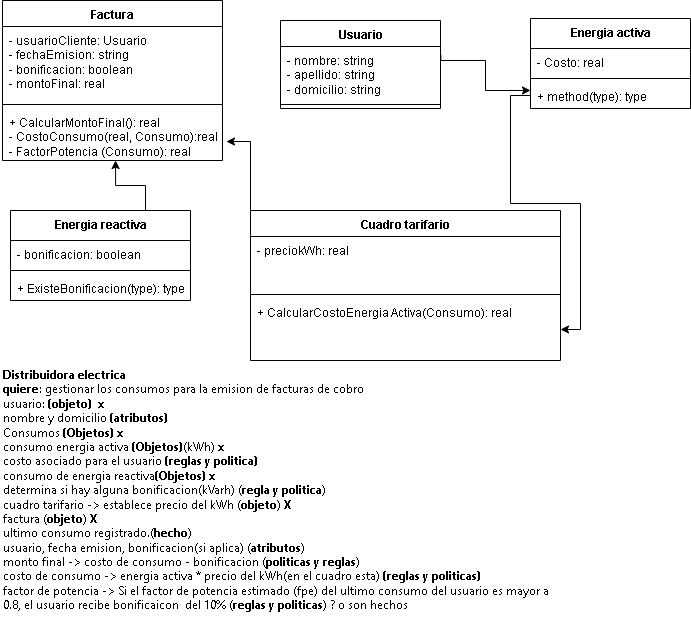
Earlier version of the draw.io export Ejercicio6-Distribuidora-Electrica/Ejercicio6-Distribuidora-Electrica.drawio.png (Fefo7/Orientacion-a-Objetos-1). Source tidied: cells renumbered, new cells last; positions are measured from the earlier drawing's top-left corner, leaving out a move shared by most shapes. The source it was exported from:
```xml
<mxGraphModel>
  <root>
    <mxCell id="0" />
    <mxCell id="1" parent="0" />
    <mxCell id="2" value="Usuario" style="swimlane;fontStyle=1;align=center;verticalAlign=top;horizontal=1;startSize=26;whiteSpace=wrap;html=1;" parent="1" vertex="1">
      <mxGeometry x="280" y="20" width="160" height="88" as="geometry" />
    </mxCell>
    <mxCell id="3" value="- nombre: string&lt;div&gt;- apellido: string&lt;/div&gt;&lt;div&gt;- domicilio: string&lt;/div&gt;" style="text;strokeColor=none;fillColor=none;align=left;verticalAlign=top;spacingLeft=4;spacingRight=4;overflow=hidden;points=[[0,0.5],[1,0.5]];portConstraint=eastwest;whiteSpace=wrap;html=1;" parent="2" vertex="1">
      <mxGeometry y="26" width="160" height="54" as="geometry" />
    </mxCell>
    <mxCell id="4" style="line;strokeWidth=1;fillColor=none;align=left;verticalAlign=middle;spacingTop=-1;spacingLeft=3;spacingRight=3;labelPosition=right;strokeColor=inherit;" parent="2" vertex="1">
      <mxGeometry y="80" width="160" height="8" as="geometry" />
    </mxCell>
    <mxCell id="5" value="&lt;div class=&quot;textBoxCore textArea ghostText&quot; style=&quot;color: rgb(0, 0, 0); font-family: Aptos, &amp;quot;Segoe UI&amp;quot;, &amp;quot;Helvetica Neue&amp;quot;, sans-serif;&quot;&gt;&lt;div style=&quot;&quot; class=&quot;DraftEditor-root&quot;&gt;&lt;div style=&quot;&quot; class=&quot;DraftEditor-editorContainer&quot;&gt;&lt;div aria-describedby=&quot;Canvas.Entity.PlainText.A11yText-T-F-F-F&quot; aria-label=&quot;Texto. Seleccionado.&quot; aria-multiline=&quot;true&quot; class=&quot;public-DraftEditor-content&quot; spellcheck=&quot;false&quot; style=&quot;outline: none; user-select: text; white-space: pre-wrap; overflow-wrap: break-word;&quot;&gt;&lt;div style=&quot;&quot;&gt;&lt;div style=&quot;font-weight: 400;&quot; class=&quot;&quot;&gt;&lt;div class=&quot;public-DraftStyleDefault-block public-DraftStyleDefault-ltr&quot;&gt;&lt;span style=&quot;font-weight: 700;&quot;&gt;&lt;span&gt;Distribuidora electrica&lt;/span&gt;&lt;/span&gt;&lt;/div&gt;&lt;/div&gt;&lt;div style=&quot;font-weight: 400;&quot; class=&quot;&quot;&gt;&lt;div class=&quot;public-DraftStyleDefault-block public-DraftStyleDefault-ltr&quot;&gt;&lt;span style=&quot;font-weight: 700;&quot;&gt;&lt;span&gt;quiere&lt;/span&gt;&lt;/span&gt;&lt;span&gt;&lt;span&gt;: gestionar los consumos para la emision de facturas de cobro&lt;/span&gt;&lt;/span&gt;&lt;/div&gt;&lt;/div&gt;&lt;div style=&quot;font-weight: 400;&quot; class=&quot;&quot;&gt;&lt;div class=&quot;public-DraftStyleDefault-block public-DraftStyleDefault-ltr&quot;&gt;&lt;span&gt;&lt;span&gt;usuario: &lt;/span&gt;&lt;/span&gt;&lt;span style=&quot;font-weight: 700;&quot;&gt;&lt;span&gt;(objeto)  x&lt;/span&gt;&lt;/span&gt;&lt;/div&gt;&lt;/div&gt;&lt;div style=&quot;font-weight: 400;&quot; class=&quot;&quot;&gt;&lt;div class=&quot;public-DraftStyleDefault-block public-DraftStyleDefault-ltr&quot;&gt;&lt;span&gt;&lt;span&gt;nombre y domicilio &lt;/span&gt;&lt;/span&gt;&lt;span style=&quot;font-weight: 700;&quot;&gt;&lt;span&gt;(atributos)&lt;/span&gt;&lt;/span&gt;&lt;/div&gt;&lt;/div&gt;&lt;div style=&quot;font-weight: 400;&quot; class=&quot;&quot;&gt;&lt;div class=&quot;public-DraftStyleDefault-block public-DraftStyleDefault-ltr&quot;&gt;&lt;span&gt;&lt;span&gt;Consumos &lt;/span&gt;&lt;/span&gt;&lt;span style=&quot;font-weight: 700;&quot;&gt;&lt;span&gt;(Objetos) x&lt;/span&gt;&lt;/span&gt;&lt;/div&gt;&lt;/div&gt;&lt;div style=&quot;&quot; class=&quot;&quot;&gt;&lt;div style=&quot;&quot; class=&quot;public-DraftStyleDefault-block public-DraftStyleDefault-ltr&quot;&gt;&lt;span style=&quot;font-weight: 400;&quot;&gt;&lt;span&gt;consumo energia activa &lt;/span&gt;&lt;/span&gt;&lt;span style=&quot;font-weight: 700; background-color: transparent;&quot;&gt;(Objetos)&lt;/span&gt;&lt;span style=&quot;background-color: transparent;&quot;&gt;(kWh) &lt;b&gt;x&lt;/b&gt;&lt;/span&gt;&lt;/div&gt;&lt;/div&gt;&lt;div style=&quot;font-weight: 400;&quot; class=&quot;&quot;&gt;&lt;div class=&quot;public-DraftStyleDefault-block public-DraftStyleDefault-ltr&quot;&gt;&lt;span&gt;&lt;span&gt;costo asociado para el usuario &lt;/span&gt;&lt;/span&gt;&lt;span style=&quot;font-weight: 700;&quot;&gt;&lt;span&gt;(reglas y politica)&lt;/span&gt;&lt;/span&gt;&lt;/div&gt;&lt;/div&gt;&lt;div style=&quot;font-weight: 400;&quot; class=&quot;&quot;&gt;&lt;div class=&quot;public-DraftStyleDefault-block public-DraftStyleDefault-ltr&quot;&gt;&lt;span&gt;&lt;span&gt;consumo de energia reactiva&lt;/span&gt;&lt;/span&gt;&lt;span style=&quot;font-weight: 700; background-color: transparent;&quot;&gt;(Objetos) x&lt;/span&gt;&lt;/div&gt;&lt;/div&gt;&lt;div style=&quot;font-weight: 400;&quot; class=&quot;&quot;&gt;&lt;div class=&quot;public-DraftStyleDefault-block public-DraftStyleDefault-ltr&quot;&gt;&lt;span&gt;&lt;span&gt;determina si hay alguna bonificacion(kVarh) (&lt;/span&gt;&lt;/span&gt;&lt;span style=&quot;font-weight: 700;&quot;&gt;&lt;span&gt;regla y politica&lt;/span&gt;&lt;/span&gt;&lt;span&gt;&lt;span&gt;)&lt;/span&gt;&lt;/span&gt;&lt;/div&gt;&lt;/div&gt;&lt;div style=&quot;&quot; class=&quot;&quot;&gt;&lt;div style=&quot;&quot; class=&quot;public-DraftStyleDefault-block public-DraftStyleDefault-ltr&quot;&gt;&lt;span style=&quot;font-weight: 400;&quot;&gt;&lt;span&gt;cuadro tarifario -&amp;gt; establece precio del kWh (&lt;/span&gt;&lt;/span&gt;&lt;span style=&quot;font-weight: 700;&quot;&gt;&lt;span&gt;objeto&lt;/span&gt;&lt;/span&gt;&lt;span style=&quot;&quot;&gt;&lt;span style=&quot;&quot;&gt;) &lt;b&gt;X&lt;/b&gt;&lt;/span&gt;&lt;/span&gt;&lt;/div&gt;&lt;/div&gt;&lt;div style=&quot;&quot; class=&quot;&quot;&gt;&lt;div style=&quot;&quot; class=&quot;public-DraftStyleDefault-block public-DraftStyleDefault-ltr&quot;&gt;&lt;span style=&quot;font-weight: 400;&quot;&gt;&lt;span&gt;factura (&lt;/span&gt;&lt;/span&gt;&lt;span style=&quot;font-weight: 700;&quot;&gt;&lt;span&gt;objeto&lt;/span&gt;&lt;/span&gt;&lt;span style=&quot;&quot;&gt;&lt;span style=&quot;&quot;&gt;) &lt;b&gt;X&lt;/b&gt;&lt;/span&gt;&lt;/span&gt;&lt;/div&gt;&lt;/div&gt;&lt;div style=&quot;font-weight: 400;&quot; class=&quot;&quot;&gt;&lt;div class=&quot;public-DraftStyleDefault-block public-DraftStyleDefault-ltr&quot;&gt;&lt;span&gt;&lt;span&gt;ultimo consumo registrado.(&lt;/span&gt;&lt;/span&gt;&lt;span style=&quot;font-weight: 700;&quot;&gt;&lt;span&gt;hecho&lt;/span&gt;&lt;/span&gt;&lt;span&gt;&lt;span&gt;)&lt;/span&gt;&lt;/span&gt;&lt;/div&gt;&lt;/div&gt;&lt;div style=&quot;font-weight: 400;&quot; class=&quot;&quot;&gt;&lt;div class=&quot;public-DraftStyleDefault-block public-DraftStyleDefault-ltr&quot;&gt;&lt;span&gt;&lt;span&gt;usuario, fecha emision, bonificacion(si aplica) (&lt;/span&gt;&lt;/span&gt;&lt;span style=&quot;font-weight: 700;&quot;&gt;&lt;span&gt;atributos&lt;/span&gt;&lt;/span&gt;&lt;span&gt;&lt;span&gt;)&lt;/span&gt;&lt;/span&gt;&lt;/div&gt;&lt;/div&gt;&lt;div style=&quot;font-weight: 400;&quot; class=&quot;&quot;&gt;&lt;div class=&quot;public-DraftStyleDefault-block public-DraftStyleDefault-ltr&quot;&gt;&lt;span&gt;&lt;span&gt;monto final -&amp;gt; costo de consumo - bonificacion (&lt;/span&gt;&lt;/span&gt;&lt;span style=&quot;font-weight: 700;&quot;&gt;&lt;span&gt;politicas y reglas&lt;/span&gt;&lt;/span&gt;&lt;span&gt;&lt;span&gt;)&lt;/span&gt;&lt;/span&gt;&lt;/div&gt;&lt;/div&gt;&lt;div style=&quot;font-weight: 400;&quot; class=&quot;&quot;&gt;&lt;div class=&quot;public-DraftStyleDefault-block public-DraftStyleDefault-ltr&quot;&gt;&lt;span&gt;&lt;span&gt;costo de consumo -&amp;gt; energia activa * precio del kWh(en el cuadro esta) &lt;/span&gt;&lt;/span&gt;&lt;span style=&quot;font-weight: 700;&quot;&gt;&lt;span&gt;(reglas y politicas)&lt;/span&gt;&lt;/span&gt;&lt;/div&gt;&lt;/div&gt;&lt;div style=&quot;font-weight: 400;&quot; class=&quot;&quot;&gt;&lt;div class=&quot;public-DraftStyleDefault-block public-DraftStyleDefault-ltr&quot;&gt;&lt;span&gt;&lt;span&gt;factor de potencia -&amp;gt; Si el factor de potencia estimado (fpe) del ultimo consumo del usuario es mayor a 0.8, el usuario recibe bonificaicon  del 10% (&lt;/span&gt;&lt;/span&gt;&lt;span style=&quot;font-weight: 700;&quot;&gt;&lt;span&gt;reglas y politicas&lt;/span&gt;&lt;/span&gt;&lt;span&gt;&lt;span&gt;) ? o son hechos&lt;/span&gt;&lt;/span&gt;&lt;/div&gt;&lt;/div&gt;&lt;div style=&quot;font-weight: 400;&quot; class=&quot;&quot;&gt;&lt;div class=&quot;public-DraftStyleDefault-block public-DraftStyleDefault-ltr&quot;&gt;&lt;span&gt;&lt;br&gt;&lt;/span&gt;&lt;/div&gt;&lt;/div&gt;&lt;/div&gt;&lt;/div&gt;&lt;/div&gt;&lt;/div&gt;&lt;/div&gt;" style="text;whiteSpace=wrap;html=1;" parent="1" vertex="1">
      <mxGeometry y="360" width="560" height="280" as="geometry" />
    </mxCell>
    <mxCell id="6" value="Factura" style="swimlane;fontStyle=1;align=center;verticalAlign=top;horizontal=1;startSize=26;whiteSpace=wrap;html=1;" parent="1" vertex="1">
      <mxGeometry x="2" width="220" height="160" as="geometry" />
    </mxCell>
    <mxCell id="7" value="- usuarioCliente: Usuario&lt;div&gt;- fechaEmision: string&lt;/div&gt;&lt;div&gt;- bonificacion: boolean&lt;br&gt;- montoFinal: real&lt;/div&gt;" style="text;strokeColor=none;fillColor=none;align=left;verticalAlign=top;spacingLeft=4;spacingRight=4;overflow=hidden;whiteSpace=wrap;html=1;" parent="6" vertex="1">
      <mxGeometry y="26" width="220" height="74" as="geometry" />
    </mxCell>
    <mxCell id="8" style="line;strokeWidth=1;fillColor=none;align=left;verticalAlign=middle;spacingTop=-1;spacingLeft=3;spacingRight=3;labelPosition=right;strokeColor=inherit;" parent="6" vertex="1">
      <mxGeometry y="100" width="220" height="8" as="geometry" />
    </mxCell>
    <mxCell id="9" value="+ CalcularMontoFinal(): real&lt;br&gt;- CostoConsumo(real, Consumo):real&lt;div&gt;- FactorPotencia (Consumo): real&lt;/div&gt;" style="text;strokeColor=none;fillColor=none;align=left;verticalAlign=top;spacingLeft=4;spacingRight=4;overflow=hidden;points=[[0,0.5],[1,0.5]];portConstraint=eastwest;whiteSpace=wrap;html=1;" parent="6" vertex="1">
      <mxGeometry y="108" width="220" height="52" as="geometry" />
    </mxCell>
    <mxCell id="10" value="Cuadro tarifario" style="swimlane;fontStyle=1;align=center;verticalAlign=top;horizontal=1;startSize=26;whiteSpace=wrap;html=1;" parent="1" vertex="1">
      <mxGeometry x="250" y="210" width="310" height="150" as="geometry" />
    </mxCell>
    <mxCell id="11" value="- preciokWh: real" style="text;strokeColor=none;fillColor=none;align=left;verticalAlign=top;spacingLeft=4;spacingRight=4;overflow=hidden;points=[[0,0.5],[1,0.5]];portConstraint=eastwest;whiteSpace=wrap;html=1;" parent="10" vertex="1">
      <mxGeometry y="26" width="310" height="54" as="geometry" />
    </mxCell>
    <mxCell id="12" style="line;strokeWidth=1;fillColor=none;align=left;verticalAlign=middle;spacingTop=-1;spacingLeft=3;spacingRight=3;labelPosition=right;strokeColor=inherit;" parent="10" vertex="1">
      <mxGeometry y="80" width="310" height="8" as="geometry" />
    </mxCell>
    <mxCell id="13" value="+ CalcularCostoEnergia Activa(Consumo): real" style="text;strokeColor=none;fillColor=none;align=left;verticalAlign=top;spacingLeft=4;spacingRight=4;overflow=hidden;points=[[0,0.5],[1,0.5]];portConstraint=eastwest;whiteSpace=wrap;html=1;" parent="10" vertex="1">
      <mxGeometry y="88" width="310" height="62" as="geometry" />
    </mxCell>
    <mxCell id="14" value="Energia reactiva" style="swimlane;fontStyle=1;align=center;verticalAlign=top;horizontal=1;startSize=30;whiteSpace=wrap;html=1;" parent="1" vertex="1">
      <mxGeometry x="10" y="210" width="180" height="90" as="geometry" />
    </mxCell>
    <mxCell id="15" value="- bonificacion: boolean" style="text;strokeColor=none;fillColor=none;align=left;verticalAlign=top;spacingLeft=4;spacingRight=4;overflow=hidden;whiteSpace=wrap;html=1;" parent="14" vertex="1">
      <mxGeometry y="30" width="180" height="26" as="geometry" />
    </mxCell>
    <mxCell id="16" style="line;strokeWidth=1;fillColor=none;align=left;verticalAlign=middle;spacingTop=-1;spacingLeft=3;spacingRight=3;labelPosition=right;strokeColor=inherit;" parent="14" vertex="1">
      <mxGeometry y="56" width="180" height="8" as="geometry" />
    </mxCell>
    <mxCell id="17" value="+ ExisteBonificacion(type): type" style="text;strokeColor=none;fillColor=none;align=left;verticalAlign=top;spacingLeft=4;spacingRight=4;overflow=hidden;whiteSpace=wrap;html=1;" parent="14" vertex="1">
      <mxGeometry y="64" width="180" height="26" as="geometry" />
    </mxCell>
    <mxCell id="18" value="Energia activa" style="swimlane;fontStyle=1;align=center;verticalAlign=top;horizontal=1;startSize=30;whiteSpace=wrap;html=1;" parent="1" vertex="1">
      <mxGeometry x="530" y="18" width="160" height="90" as="geometry" />
    </mxCell>
    <mxCell id="19" value="- Costo: real" style="text;strokeColor=none;fillColor=none;align=left;verticalAlign=top;spacingLeft=4;spacingRight=4;overflow=hidden;whiteSpace=wrap;html=1;" parent="18" vertex="1">
      <mxGeometry y="30" width="160" height="26" as="geometry" />
    </mxCell>
    <mxCell id="20" style="line;strokeWidth=1;fillColor=none;align=left;verticalAlign=middle;spacingTop=-1;spacingLeft=3;spacingRight=3;labelPosition=right;strokeColor=inherit;" parent="18" vertex="1">
      <mxGeometry y="56" width="160" height="8" as="geometry" />
    </mxCell>
    <mxCell id="21" value="+ method(type): type" style="text;strokeColor=none;fillColor=none;align=left;verticalAlign=top;spacingLeft=4;spacingRight=4;overflow=hidden;points=[[0,0.5],[1,0.5]];portConstraint=eastwest;whiteSpace=wrap;html=1;" parent="18" vertex="1">
      <mxGeometry y="64" width="160" height="26" as="geometry" />
    </mxCell>
    <mxCell id="22" style="edgeStyle=orthogonalEdgeStyle;rounded=0;jettySize=auto;html=1;exitX=0;exitY=0.5;exitDx=0;exitDy=0;entryX=1;entryY=0.5;entryDx=0;entryDy=0;" parent="1" edge="1" source="21" target="13">
      <mxGeometry relative="1" as="geometry" />
    </mxCell>
    <mxCell id="23" style="edgeStyle=orthogonalEdgeStyle;rounded=0;jettySize=auto;html=1;exitX=0;exitY=0;exitDx=0;exitDy=0;entryX=1.018;entryY=0.635;entryDx=0;entryDy=0;entryPerimeter=0;" parent="1" edge="1" source="10" target="9">
      <mxGeometry relative="1" as="geometry" />
    </mxCell>
    <mxCell id="24" style="edgeStyle=orthogonalEdgeStyle;rounded=0;jettySize=auto;html=1;exitX=0.75;exitY=0;exitDx=0;exitDy=0;entryX=0.514;entryY=1;entryDx=0;entryDy=0;entryPerimeter=0;" parent="1" edge="1" source="14" target="9">
      <mxGeometry relative="1" as="geometry" />
    </mxCell>
    <mxCell id="25" style="edgeStyle=orthogonalEdgeStyle;rounded=0;jettySize=auto;html=1;exitX=1.002;exitY=0.154;exitDx=0;exitDy=0;exitPerimeter=0;" parent="1" edge="1" source="3" target="21">
      <mxGeometry relative="1" as="geometry">
        <Array as="points">
          <mxPoint x="440" y="60" />
          <mxPoint x="485" y="60" />
          <mxPoint x="485" y="90" />
        </Array>
      </mxGeometry>
    </mxCell>
  </root>
</mxGraphModel>
```
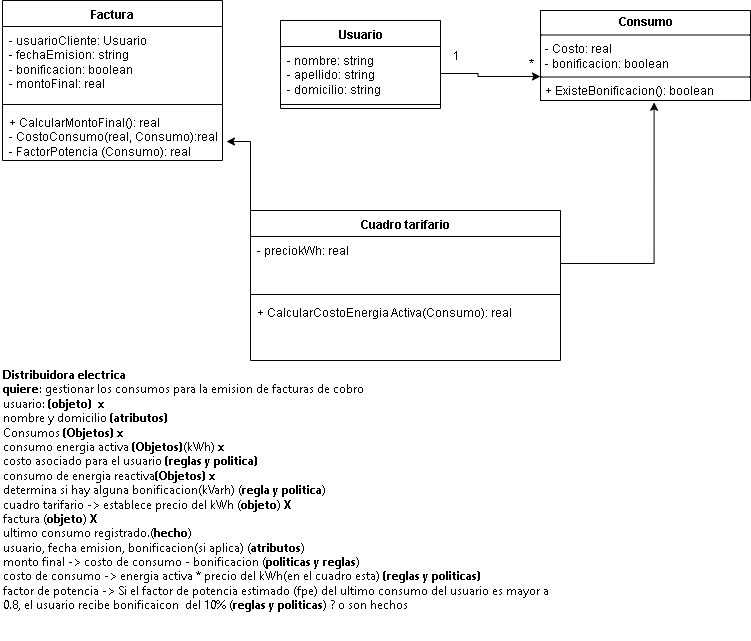
The same diagram one commit later.

What changed in the source:
```diff
@@ -38,47 +38,23 @@
     <mxCell id="13" value="+ CalcularCostoEnergia Activa(Consumo): real" style="text;strokeColor=none;fillColor=none;align=left;verticalAlign=top;spacingLeft=4;spacingRight=4;overflow=hidden;points=[[0,0.5],[1,0.5]];portConstraint=eastwest;whiteSpace=wrap;html=1;" parent="10" vertex="1">
       <mxGeometry y="88" width="310" height="62" as="geometry" />
     </mxCell>
-    <mxCell id="14" value="Energia reactiva" style="swimlane;fontStyle=1;align=center;verticalAlign=top;horizontal=1;startSize=30;whiteSpace=wrap;html=1;" parent="1" vertex="1">
-      <mxGeometry x="10" y="210" width="180" height="90" as="geometry" />
-    </mxCell>
-    <mxCell id="15" value="- bonificacion: boolean" style="text;strokeColor=none;fillColor=none;align=left;verticalAlign=top;spacingLeft=4;spacingRight=4;overflow=hidden;whiteSpace=wrap;html=1;" parent="14" vertex="1">
-      <mxGeometry y="30" width="180" height="26" as="geometry" />
-    </mxCell>
-    <mxCell id="16" style="line;strokeWidth=1;fillColor=none;align=left;verticalAlign=middle;spacingTop=-1;spacingLeft=3;spacingRight=3;labelPosition=right;strokeColor=inherit;" parent="14" vertex="1">
-      <mxGeometry y="56" width="180" height="8" as="geometry" />
-    </mxCell>
-    <mxCell id="17" value="+ ExisteBonificacion(type): type" style="text;strokeColor=none;fillColor=none;align=left;verticalAlign=top;spacingLeft=4;spacingRight=4;overflow=hidden;whiteSpace=wrap;html=1;" parent="14" vertex="1">
-      <mxGeometry y="64" width="180" height="26" as="geometry" />
-    </mxCell>
-    <mxCell id="18" value="Energia activa" style="swimlane;fontStyle=1;align=center;verticalAlign=top;horizontal=1;startSize=30;whiteSpace=wrap;html=1;" parent="1" vertex="1">
-      <mxGeometry x="530" y="18" width="160" height="90" as="geometry" />
-    </mxCell>
-    <mxCell id="19" value="- Costo: real" style="text;strokeColor=none;fillColor=none;align=left;verticalAlign=top;spacingLeft=4;spacingRight=4;overflow=hidden;whiteSpace=wrap;html=1;" parent="18" vertex="1">
-      <mxGeometry y="30" width="160" height="26" as="geometry" />
-    </mxCell>
-    <mxCell id="20" style="line;strokeWidth=1;fillColor=none;align=left;verticalAlign=middle;spacingTop=-1;spacingLeft=3;spacingRight=3;labelPosition=right;strokeColor=inherit;" parent="18" vertex="1">
-      <mxGeometry y="56" width="160" height="8" as="geometry" />
-    </mxCell>
-    <mxCell id="21" value="+ method(type): type" style="text;strokeColor=none;fillColor=none;align=left;verticalAlign=top;spacingLeft=4;spacingRight=4;overflow=hidden;points=[[0,0.5],[1,0.5]];portConstraint=eastwest;whiteSpace=wrap;html=1;" parent="18" vertex="1">
-      <mxGeometry y="64" width="160" height="26" as="geometry" />
-    </mxCell>
-    <mxCell id="22" style="edgeStyle=orthogonalEdgeStyle;rounded=0;jettySize=auto;html=1;exitX=0;exitY=0.5;exitDx=0;exitDy=0;entryX=1;entryY=0.5;entryDx=0;entryDy=0;" parent="1" edge="1" source="21" target="13">
-      <mxGeometry relative="1" as="geometry" />
-    </mxCell>
     <mxCell id="23" style="edgeStyle=orthogonalEdgeStyle;rounded=0;jettySize=auto;html=1;exitX=0;exitY=0;exitDx=0;exitDy=0;entryX=1.018;entryY=0.635;entryDx=0;entryDy=0;entryPerimeter=0;" parent="1" edge="1" source="10" target="9">
       <mxGeometry relative="1" as="geometry" />
     </mxCell>
-    <mxCell id="24" style="edgeStyle=orthogonalEdgeStyle;rounded=0;jettySize=auto;html=1;exitX=0.75;exitY=0;exitDx=0;exitDy=0;entryX=0.514;entryY=1;entryDx=0;entryDy=0;entryPerimeter=0;" parent="1" edge="1" source="14" target="9">
-      <mxGeometry relative="1" as="geometry" />
-    </mxCell>
-    <mxCell id="25" style="edgeStyle=orthogonalEdgeStyle;rounded=0;jettySize=auto;html=1;exitX=1.002;exitY=0.154;exitDx=0;exitDy=0;exitPerimeter=0;" parent="1" edge="1" source="3" target="21">
-      <mxGeometry relative="1" as="geometry">
-        <Array as="points">
-          <mxPoint x="440" y="60" />
-          <mxPoint x="485" y="60" />
-          <mxPoint x="485" y="90" />
-        </Array>
-      </mxGeometry>
-    </mxCell>
+    <mxCell id="26" value="&lt;p style=&quot;margin:0px;margin-top:4px;text-align:center;&quot;&gt;&lt;b&gt;Consumo&lt;/b&gt;&lt;/p&gt;&lt;hr size=&quot;1&quot; style=&quot;border-style:solid;&quot;&gt;&lt;p style=&quot;margin:0px;margin-left:4px;&quot;&gt;- Costo: real&lt;/p&gt;&lt;p style=&quot;margin:0px;margin-left:4px;&quot;&gt;- bonificacion: boolean&lt;/p&gt;&lt;hr size=&quot;1&quot; style=&quot;border-style:solid;&quot;&gt;&lt;p style=&quot;margin:0px;margin-left:4px;&quot;&gt;+ ExisteBonificacion(): boolean&lt;/p&gt;" style="verticalAlign=top;align=left;overflow=fill;html=1;whiteSpace=wrap;" parent="1" vertex="1">
+      <mxGeometry x="540" y="10" width="210" height="90" as="geometry" />
+    </mxCell>
+    <mxCell id="27" value="1" style="text;html=1;align=center;verticalAlign=middle;strokeColor=none;fillColor=none;" parent="1" vertex="1">
+      <mxGeometry x="440" y="40" width="30" height="30" as="geometry" />
+    </mxCell>
+    <mxCell id="28" value="*" style="text;html=1;align=center;verticalAlign=middle;points=[];strokeColor=none;fillColor=none;" parent="1" vertex="1">
+      <mxGeometry x="515" y="48" width="30" height="30" as="geometry" />
+    </mxCell>
+    <mxCell id="29" style="edgeStyle=orthogonalEdgeStyle;rounded=0;jettySize=auto;html=1;exitX=1;exitY=0.5;exitDx=0;exitDy=0;entryX=0.833;entryY=0.933;entryDx=0;entryDy=0;entryPerimeter=0;" parent="1" edge="1" source="3" target="28">
+      <mxGeometry relative="1" as="geometry" />
+    </mxCell>
+    <mxCell id="30" style="edgeStyle=orthogonalEdgeStyle;rounded=0;jettySize=auto;html=1;exitX=1;exitY=0.5;exitDx=0;exitDy=0;entryX=0.541;entryY=1.02;entryDx=0;entryDy=0;entryPerimeter=0;" parent="1" edge="1" source="11" target="26">
+      <mxGeometry relative="1" as="geometry" />
+    </mxCell>
   </root>
 </mxGraphModel>
```
